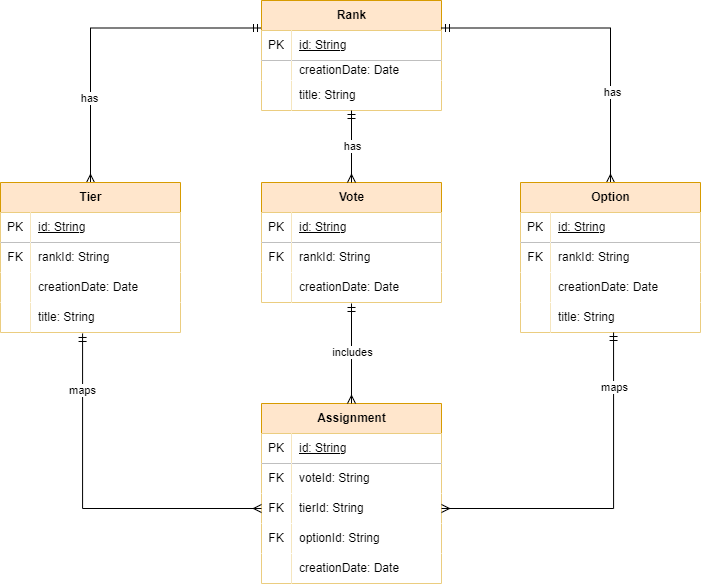
This is docs/DomainEntities.png from BrunoMNDantas/Ranker, a draw.io export, as it was before one commit. Source tidied: cells renumbered, new cells last; positions are measured from the earlier drawing's top-left corner, leaving out a move shared by most shapes.
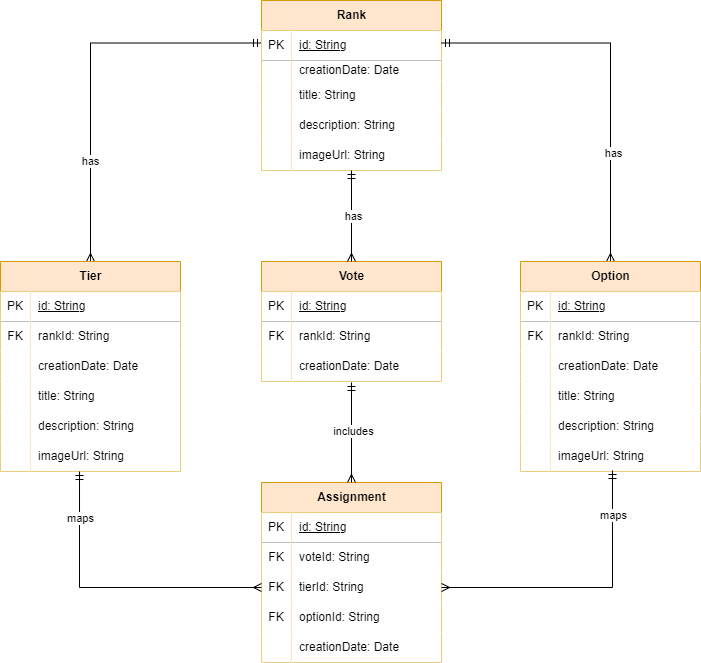
The same diagram one commit later.

Commit message:
Added imageUrl property to Rank, Tier and Option entities

What changed in the source:
```diff
@@ -9,7 +9,7 @@
       <mxGeometry x="-0.48" y="1" relative="1" as="geometry" />
     </mxCell>
     <mxCell id="4" value="Tier" style="shape=table;startSize=30;rowLines=0;fontStyle=1;align=center;html=1;fillColor=#ffe6cc;strokeColor=#d79b00;fillStyle=solid;" parent="1" vertex="1">
-      <mxGeometry y="182" width="180" height="150" as="geometry" />
+      <mxGeometry y="182" width="180" height="210" as="geometry" />
     </mxCell>
     <mxCell id="5" style="shape=tableRow;horizontal=0;startSize=0;swimlaneHead=0;swimlaneBody=0;fillColor=none;top=0;left=0;right=0;bottom=1;" parent="4" vertex="1">
       <mxGeometry y="30" width="180" height="30" as="geometry" />
@@ -47,8 +47,26 @@
     <mxCell id="16" value="title: String" style="shape=partialRectangle;fillColor=default;top=0;left=0;bottom=0;right=0;align=left;spacingLeft=6;overflow=hidden;whiteSpace=wrap;html=1;" parent="14" vertex="1">
       <mxGeometry x="30" width="150" height="30" as="geometry" />
     </mxCell>
+    <mxCell id="76" style="shape=tableRow;horizontal=0;startSize=0;swimlaneHead=0;swimlaneBody=0;fillColor=none;top=0;left=0;right=0;bottom=0;" parent="4" vertex="1">
+      <mxGeometry y="150" width="180" height="30" as="geometry" />
+    </mxCell>
+    <mxCell id="77" style="shape=partialRectangle;fillColor=default;top=0;left=0;bottom=0;right=0;overflow=hidden;whiteSpace=wrap;html=1;" parent="76" vertex="1">
+      <mxGeometry width="30" height="30" as="geometry" />
+    </mxCell>
+    <mxCell id="78" value="description: String" style="shape=partialRectangle;fillColor=default;top=0;left=0;bottom=0;right=0;align=left;spacingLeft=6;overflow=hidden;whiteSpace=wrap;html=1;" parent="76" vertex="1">
+      <mxGeometry x="30" width="150" height="30" as="geometry" />
+    </mxCell>
+    <mxCell id="79" style="shape=tableRow;horizontal=0;startSize=0;swimlaneHead=0;swimlaneBody=0;fillColor=none;points=[[0,0.5],[1,0.5]];portConstraint=eastwest;top=0;left=0;right=0;bottom=0;" parent="4" vertex="1">
+      <mxGeometry y="180" width="180" height="30" as="geometry" />
+    </mxCell>
+    <mxCell id="80" style="shape=partialRectangle;fillColor=default;top=0;left=0;bottom=0;right=0;overflow=hidden;whiteSpace=wrap;html=1;" parent="79" vertex="1">
+      <mxGeometry width="30" height="30" as="geometry" />
+    </mxCell>
+    <mxCell id="81" value="imageUrl: String" style="shape=partialRectangle;fillColor=default;top=0;left=0;bottom=0;right=0;align=left;spacingLeft=6;overflow=hidden;whiteSpace=wrap;html=1;" parent="79" vertex="1">
+      <mxGeometry x="30" width="150" height="30" as="geometry" />
+    </mxCell>
     <mxCell id="17" value="Rank" style="shape=table;startSize=30;rowLines=0;fontStyle=1;align=center;html=1;fillColor=#ffe6cc;strokeColor=#d79b00;fillStyle=solid;" parent="1" vertex="1">
-      <mxGeometry x="261" width="180" height="110" as="geometry" />
+      <mxGeometry x="261" y="-79" width="180" height="170" as="geometry" />
     </mxCell>
     <mxCell id="18" style="shape=tableRow;horizontal=0;startSize=0;swimlaneHead=0;swimlaneBody=0;fillColor=none;top=0;left=0;right=0;bottom=1;" parent="17" vertex="1">
       <mxGeometry y="30" width="180" height="30" as="geometry" />
@@ -77,6 +95,24 @@
     <mxCell id="26" value="title: String" style="shape=partialRectangle;fillColor=default;top=0;left=0;bottom=0;right=0;align=left;spacingLeft=6;overflow=hidden;whiteSpace=wrap;html=1;" parent="24" vertex="1">
       <mxGeometry x="30" width="150" height="30" as="geometry" />
     </mxCell>
+    <mxCell id="82" style="shape=tableRow;horizontal=0;startSize=0;swimlaneHead=0;swimlaneBody=0;fillColor=none;top=0;left=0;right=0;bottom=0;" parent="17" vertex="1">
+      <mxGeometry y="110" width="180" height="30" as="geometry" />
+    </mxCell>
+    <mxCell id="83" style="shape=partialRectangle;fillColor=default;top=0;left=0;bottom=0;right=0;overflow=hidden;whiteSpace=wrap;html=1;" parent="82" vertex="1">
+      <mxGeometry width="30" height="30" as="geometry" />
+    </mxCell>
+    <mxCell id="84" value="description: String" style="shape=partialRectangle;fillColor=default;top=0;left=0;bottom=0;right=0;align=left;spacingLeft=6;overflow=hidden;whiteSpace=wrap;html=1;" parent="82" vertex="1">
+      <mxGeometry x="30" width="150" height="30" as="geometry" />
+    </mxCell>
+    <mxCell id="85" style="shape=tableRow;horizontal=0;startSize=0;swimlaneHead=0;swimlaneBody=0;fillColor=none;top=0;left=0;right=0;bottom=0;" parent="17" vertex="1">
+      <mxGeometry y="140" width="180" height="30" as="geometry" />
+    </mxCell>
+    <mxCell id="86" style="shape=partialRectangle;fillColor=default;top=0;left=0;bottom=0;right=0;overflow=hidden;whiteSpace=wrap;html=1;" parent="85" vertex="1">
+      <mxGeometry width="30" height="30" as="geometry" />
+    </mxCell>
+    <mxCell id="87" value="imageUrl: String" style="shape=partialRectangle;fillColor=default;top=0;left=0;bottom=0;right=0;align=left;spacingLeft=6;overflow=hidden;whiteSpace=wrap;html=1;" parent="85" vertex="1">
+      <mxGeometry x="30" width="150" height="30" as="geometry" />
+    </mxCell>
     <mxCell id="27" value="Vote" style="shape=table;startSize=30;rowLines=0;fontStyle=1;align=center;html=1;fillColor=#ffe6cc;strokeColor=#d79b00;fillStyle=solid;" parent="1" vertex="1">
       <mxGeometry x="261" y="182" width="180" height="120" as="geometry" />
     </mxCell>
@@ -162,7 +198,7 @@
       <mxGeometry x="-0.44" y="-2" relative="1" as="geometry" />
     </mxCell>
     <mxCell id="55" value="Option" style="shape=table;startSize=30;rowLines=0;fontStyle=1;align=center;html=1;fillColor=#ffe6cc;strokeColor=#d79b00;fillStyle=solid;" parent="1" vertex="1">
-      <mxGeometry x="520" y="182" width="180" height="150" as="geometry" />
+      <mxGeometry x="520" y="182" width="180" height="210" as="geometry" />
     </mxCell>
     <mxCell id="56" style="shape=tableRow;horizontal=0;startSize=0;swimlaneHead=0;swimlaneBody=0;fillColor=none;top=0;left=0;right=0;bottom=1;" parent="55" vertex="1">
       <mxGeometry y="30" width="180" height="30" as="geometry" />
@@ -200,19 +236,39 @@
     <mxCell id="67" value="title: String" style="shape=partialRectangle;fillColor=default;top=0;left=0;bottom=0;right=0;align=left;spacingLeft=6;overflow=hidden;whiteSpace=wrap;html=1;" parent="65" vertex="1">
       <mxGeometry x="30" width="150" height="30" as="geometry" />
     </mxCell>
+    <mxCell id="88" style="shape=tableRow;horizontal=0;startSize=0;swimlaneHead=0;swimlaneBody=0;fillColor=none;top=0;left=0;right=0;bottom=0;" parent="55" vertex="1">
+      <mxGeometry y="150" width="180" height="30" as="geometry" />
+    </mxCell>
+    <mxCell id="89" style="shape=partialRectangle;fillColor=default;top=0;left=0;bottom=0;right=0;overflow=hidden;whiteSpace=wrap;html=1;" parent="88" vertex="1">
+      <mxGeometry width="30" height="30" as="geometry" />
+    </mxCell>
+    <mxCell id="90" value="description: String" style="shape=partialRectangle;fillColor=default;top=0;left=0;bottom=0;right=0;align=left;spacingLeft=6;overflow=hidden;whiteSpace=wrap;html=1;" parent="88" vertex="1">
+      <mxGeometry x="30" width="150" height="30" as="geometry" />
+    </mxCell>
+    <mxCell id="91" style="shape=tableRow;horizontal=0;startSize=0;swimlaneHead=0;swimlaneBody=0;fillColor=none;points=[[0,0.5],[1,0.5]];portConstraint=eastwest;top=0;left=0;right=0;bottom=0;" parent="55" vertex="1">
+      <mxGeometry y="180" width="180" height="30" as="geometry" />
+    </mxCell>
+    <mxCell id="92" style="shape=partialRectangle;fillColor=default;top=0;left=0;bottom=0;right=0;overflow=hidden;whiteSpace=wrap;html=1;" parent="91" vertex="1">
+      <mxGeometry width="30" height="30" as="geometry" />
+    </mxCell>
+    <mxCell id="93" value="imageUrl: String" style="shape=partialRectangle;fillColor=default;top=0;left=0;bottom=0;right=0;align=left;spacingLeft=6;overflow=hidden;whiteSpace=wrap;html=1;" parent="91" vertex="1">
+      <mxGeometry x="30" width="150" height="30" as="geometry" />
+    </mxCell>
-    <mxCell id="68" style="edgeStyle=orthogonalEdgeStyle;rounded=0;jettySize=auto;html=1;exitX=0.5;exitY=0;exitDx=0;exitDy=0;entryX=0.5;entryY=1;entryDx=0;entryDy=0;entryPerimeter=0;endArrow=ERmandOne;endFill=0;startArrow=ERmany;startFill=0;" parent="1" edge="1" source="27" target="24">
-      <mxGeometry relative="1" as="geometry" />
+    <mxCell id="68" style="edgeStyle=orthogonalEdgeStyle;rounded=0;jettySize=auto;html=1;exitX=0.5;exitY=0;exitDx=0;exitDy=0;endArrow=ERmandOne;endFill=0;startArrow=ERmany;startFill=0;" parent="1" edge="1" source="27">
+      <mxGeometry relative="1" as="geometry">
+        <mxPoint x="351" y="91" as="targetPoint" />
+      </mxGeometry>
     </mxCell>
     <mxCell id="69" value="has" style="edgeLabel;html=1;align=center;verticalAlign=middle;" parent="68" vertex="1">
       <mxGeometry x="0.01" y="-1" relative="1" as="geometry" />
     </mxCell>
-    <mxCell id="70" style="edgeStyle=orthogonalEdgeStyle;rounded=0;jettySize=auto;html=1;exitX=1;exitY=0.5;exitDx=0;exitDy=0;entryX=0.517;entryY=1;entryDx=0;entryDy=0;entryPerimeter=0;endArrow=ERmandOne;endFill=0;startArrow=ERmany;startFill=0;" parent="1" edge="1" source="44" target="65">
+    <mxCell id="70" style="edgeStyle=orthogonalEdgeStyle;rounded=0;jettySize=auto;html=1;exitX=1;exitY=0.5;exitDx=0;exitDy=0;endArrow=ERmandOne;endFill=0;startArrow=ERmany;startFill=0;entryX=0.511;entryY=0.967;entryDx=0;entryDy=0;entryPerimeter=0;" parent="1" edge="1" source="44" target="91">
       <mxGeometry relative="1" as="geometry" />
     </mxCell>
     <mxCell id="71" value="maps" style="edgeLabel;html=1;align=center;verticalAlign=middle;" parent="70" vertex="1">
       <mxGeometry x="0.69" y="-1" relative="1" as="geometry" />
     </mxCell>
-    <mxCell id="72" style="edgeStyle=orthogonalEdgeStyle;rounded=0;jettySize=auto;html=1;exitX=0;exitY=0.5;exitDx=0;exitDy=0;entryX=0.456;entryY=1.033;entryDx=0;entryDy=0;entryPerimeter=0;endArrow=ERmandOne;endFill=0;startArrow=ERmany;startFill=0;" parent="1" edge="1" source="44" target="14">
+    <mxCell id="72" style="edgeStyle=orthogonalEdgeStyle;rounded=0;jettySize=auto;html=1;exitX=0;exitY=0.5;exitDx=0;exitDy=0;endArrow=ERmandOne;endFill=0;startArrow=ERmany;startFill=0;entryX=0.439;entryY=1;entryDx=0;entryDy=0;entryPerimeter=0;" parent="1" edge="1" source="44" target="79">
       <mxGeometry relative="1" as="geometry" />
     </mxCell>
     <mxCell id="73" value="maps" style="edgeLabel;html=1;align=center;verticalAlign=middle;" parent="72" vertex="1">
```
